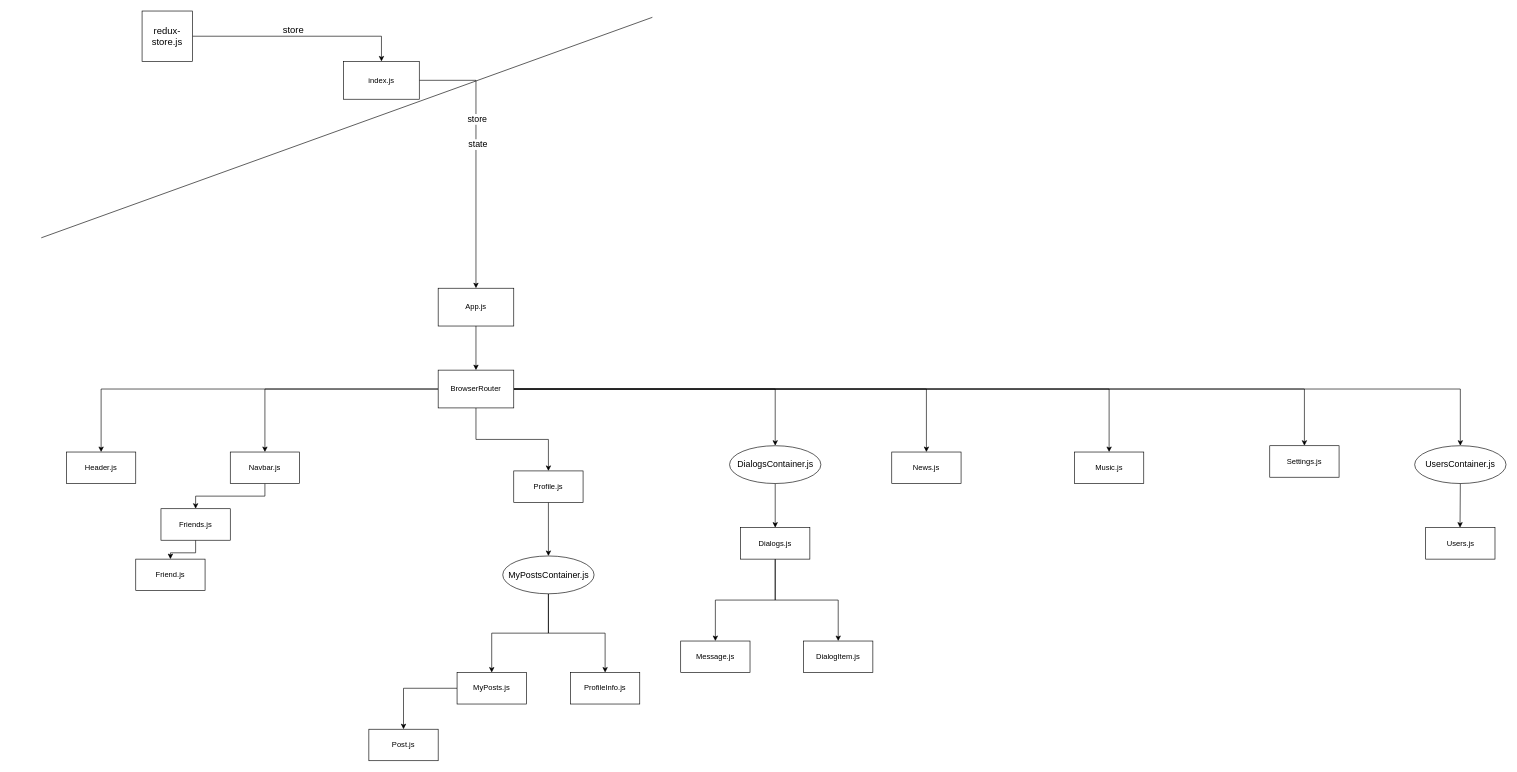
Lonerr7/Youtube-React-Social-Network keeps this draw.io diagram as Social-Network.drawio. Above is the earlier version. Source tidied: cells renumbered, new cells numbered last; positions are measured from the earlier drawing's top-left corner, leaving out a move shared by most shapes. Both pictures are drawn from the tidied source at 63%, with x=0, y=0 at pixel (41, 11).
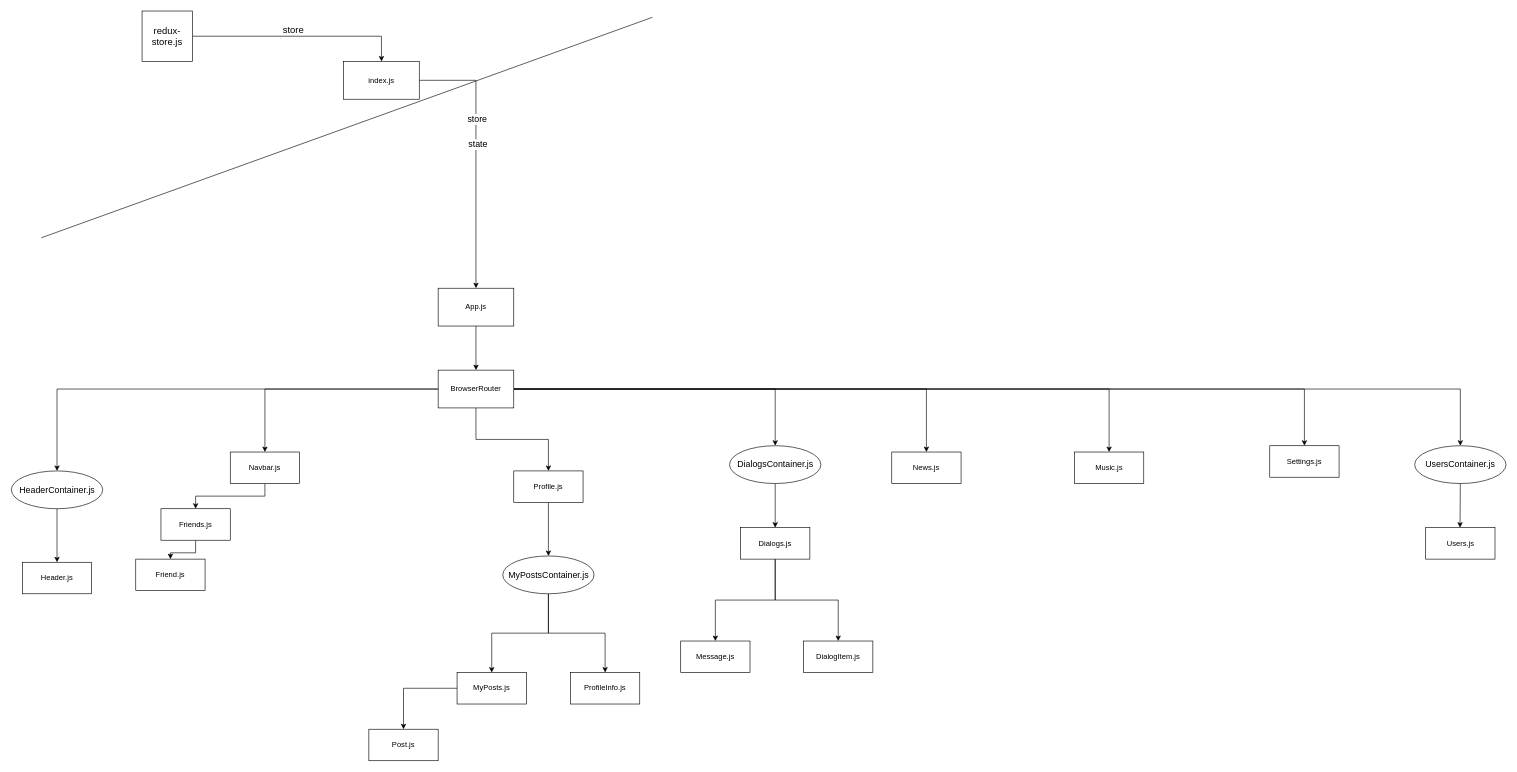
After the change.

Commit message (it also covers changes not shown here):
Lesson 61. Created authReducer, HeaderContainer to implement 'login' feature to the webbApp

Unchanged cells that the change refers to:
```xml
<mxCell id="10" value="BrowserRouter&lt;br&gt;" style="rounded=0;whiteSpace=wrap;html=1;" parent="1" vertex="1">
  <mxGeometry x="630" y="570" width="120" height="60" as="geometry" />
</mxCell>
```

Diff of the diagram source:
```diff
@@
-    <mxCell id="2" style="edgeStyle=orthogonalEdgeStyle;rounded=0;jettySize=auto;html=1;entryX=0.5;entryY=0;entryDx=0;entryDy=0;" parent="1" edge="1" source="10" target="11">
+    <mxCell id="2" style="edgeStyle=orthogonalEdgeStyle;rounded=0;jettySize=auto;html=1;entryX=0.5;entryY=0;entryDx=0;entryDy=0;" parent="1" edge="1" source="10" target="50">
       <mxGeometry relative="1" as="geometry" />
     </mxCell>
@@
     <mxCell id="11" value="Header.js" style="rounded=0;whiteSpace=wrap;html=1;" parent="1" vertex="1">
-      <mxGeometry x="40" y="700" width="110" height="50" as="geometry" />
+      <mxGeometry x="-30" y="875" width="110" height="50" as="geometry" />
     </mxCell>
@@
+    <mxCell id="49" style="edgeStyle=orthogonalEdgeStyle;rounded=0;jettySize=auto;html=1;entryX=0.5;entryY=0;entryDx=0;entryDy=0;" parent="1" edge="1" source="50" target="11">
+      <mxGeometry relative="1" as="geometry" />
+    </mxCell>
+    <mxCell id="50" value="HeaderContainer.js" style="ellipse;whiteSpace=wrap;html=1;fontSize=14;" parent="1" vertex="1">
+      <mxGeometry x="-47.5" y="730" width="145" height="60" as="geometry" />
+    </mxCell>
```
